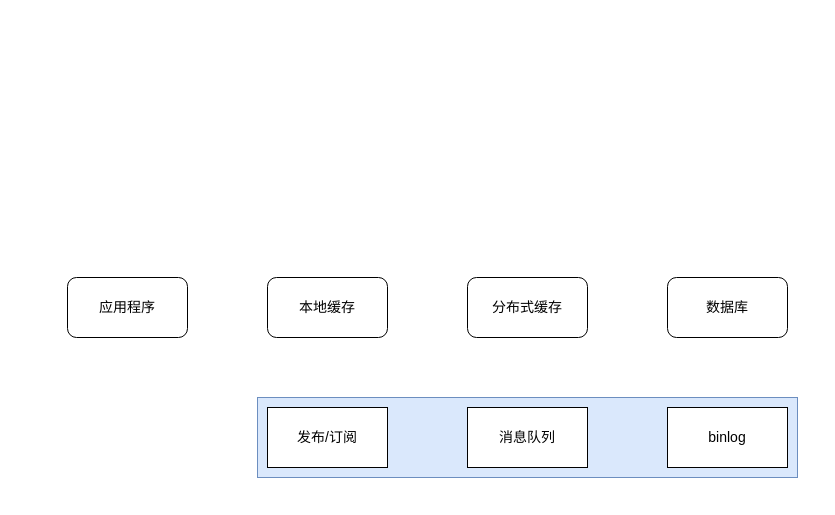
This is 通用缓存框架数据流转图.drawio from huanjiesm/courseware-draw, a draw.io file, before an edit. Source tidied: cells renumbered, new cells numbered last; positions are measured from the earlier drawing's top-left corner, leaving out a move shared by most shapes. Both pictures are drawn from the tidied source at 100%, with x=0, y=0 at pixel (67, 277).
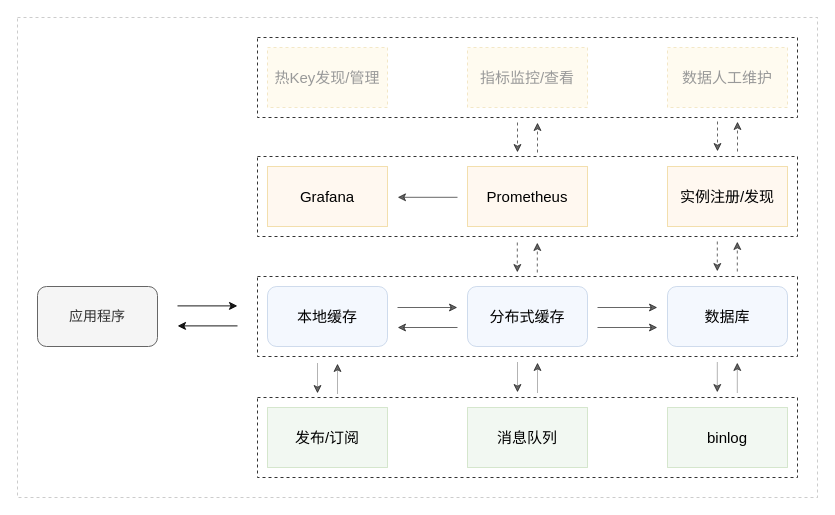
Above is the later version.

Commit message (it also covers changes not shown here):
更新通用缓存框架数据流转图.drawio

What changed in the source:
```diff
@@
+    <mxCell id="10" style="rounded=0;whiteSpace=wrap;html=1;fillColor=none;dashed=1;opacity=20;" parent="1" vertex="1">
+      <mxGeometry x="-50" y="-260" width="800" height="480" as="geometry" />
+    </mxCell>
+    <mxCell id="11" style="rounded=0;whiteSpace=wrap;html=1;fontSize=15;opacity=80;dashed=1;fillColor=none;" parent="1" vertex="1">
+      <mxGeometry x="190" y="-240" width="540" height="80" as="geometry" />
+    </mxCell>
+    <mxCell id="12" style="rounded=0;whiteSpace=wrap;html=1;fontSize=15;opacity=80;dashed=1;fillColor=none;" parent="1" vertex="1">
+      <mxGeometry x="190" y="-121" width="540" height="80" as="geometry" />
+    </mxCell>
+    <mxCell id="5" style="rounded=0;whiteSpace=wrap;html=1;fontSize=15;opacity=80;dashed=1;fillColor=none;" parent="1" vertex="1">
+      <mxGeometry x="190" y="120" width="540" height="80" as="geometry" />
+    </mxCell>
+    <mxCell id="13" style="rounded=0;whiteSpace=wrap;html=1;fontSize=15;opacity=80;dashed=1;fillColor=none;" parent="1" vertex="1">
+      <mxGeometry x="190" y="-1" width="540" height="80" as="geometry" />
+    </mxCell>
-    <mxCell id="2" value="本地缓存" style="rounded=1;whiteSpace=wrap;html=1;fontSize=14;" parent="1" vertex="1">
-      <mxGeometry x="200" width="120" height="60" as="geometry" />
+    <mxCell id="2" value="本地缓存" style="rounded=1;whiteSpace=wrap;html=1;fontSize=15;fillColor=#dae8fc;strokeColor=#6c8ebf;opacity=30;" parent="1" vertex="1">
+      <mxGeometry x="200" y="9" width="120" height="60" as="geometry" />
     </mxCell>
-    <mxCell id="3" value="分布式缓存" style="rounded=1;whiteSpace=wrap;html=1;fontSize=14;" parent="1" vertex="1">
-      <mxGeometry x="400" width="120" height="60" as="geometry" />
+    <mxCell id="3" value="分布式缓存" style="rounded=1;whiteSpace=wrap;html=1;fontSize=15;fillColor=#dae8fc;strokeColor=#6c8ebf;opacity=30;" parent="1" vertex="1">
+      <mxGeometry x="400" y="9" width="120" height="60" as="geometry" />
     </mxCell>
-    <mxCell id="4" value="数据库" style="rounded=1;whiteSpace=wrap;html=1;fontSize=14;" parent="1" vertex="1">
-      <mxGeometry x="600" width="120" height="60" as="geometry" />
+    <mxCell id="4" value="数据库" style="rounded=1;whiteSpace=wrap;html=1;fontSize=15;fillColor=#dae8fc;strokeColor=#6c8ebf;opacity=30;" parent="1" vertex="1">
+      <mxGeometry x="600" y="9" width="120" height="60" as="geometry" />
     </mxCell>
-    <mxCell id="5" style="rounded=0;whiteSpace=wrap;html=1;fillColor=#dae8fc;strokeColor=#6c8ebf;" parent="1" vertex="1">
-      <mxGeometry x="190" y="120" width="540" height="80" as="geometry" />
-    </mxCell>
-    <mxCell id="6" value="应用程序" style="rounded=1;whiteSpace=wrap;html=1;fontSize=14;" parent="1" vertex="1">
-      <mxGeometry width="120" height="60" as="geometry" />
+    <mxCell id="6" value="应用程序" style="rounded=1;whiteSpace=wrap;html=1;fontSize=14;fillColor=#f5f5f5;fontColor=#333333;strokeColor=#666666;" parent="1" vertex="1">
+      <mxGeometry x="-30" y="9" width="120" height="60" as="geometry" />
     </mxCell>
-    <mxCell id="7" value="发布/订阅" style="rounded=0;whiteSpace=wrap;html=1;fontSize=14;" parent="1" vertex="1">
+    <mxCell id="7" value="发布/订阅" style="rounded=0;whiteSpace=wrap;html=1;fontSize=15;fillColor=#d5e8d4;strokeColor=#82b366;opacity=30;" parent="1" vertex="1">
       <mxGeometry x="200" y="130" width="120" height="60" as="geometry" />
     </mxCell>
-    <mxCell id="8" value="消息队列" style="rounded=0;whiteSpace=wrap;html=1;fontSize=14;" parent="1" vertex="1">
+    <mxCell id="8" value="消息队列" style="rounded=0;whiteSpace=wrap;html=1;fontSize=15;fillColor=#d5e8d4;strokeColor=#82b366;opacity=30;" parent="1" vertex="1">
       <mxGeometry x="400" y="130" width="120" height="60" as="geometry" />
     </mxCell>
-    <mxCell id="9" value="binlog" style="rounded=0;whiteSpace=wrap;html=1;fontSize=14;" parent="1" vertex="1">
+    <mxCell id="9" value="binlog" style="rounded=0;whiteSpace=wrap;html=1;fontSize=15;fillColor=#d5e8d4;strokeColor=#82b366;opacity=30;" parent="1" vertex="1">
       <mxGeometry x="600" y="130" width="120" height="60" as="geometry" />
     </mxCell>
+    <mxCell id="14" value="Grafana" style="rounded=0;whiteSpace=wrap;html=1;fillColor=#ffe6cc;strokeColor=#d79b00;fontSize=15;opacity=30;" parent="1" vertex="1">
+      <mxGeometry x="200" y="-111" width="120" height="60" as="geometry" />
+    </mxCell>
+    <mxCell id="15" value="Prometheus" style="rounded=0;whiteSpace=wrap;html=1;fillColor=#ffe6cc;strokeColor=#d79b00;fontSize=15;opacity=30;" parent="1" vertex="1">
+      <mxGeometry x="400" y="-111" width="120" height="60" as="geometry" />
+    </mxCell>
+    <mxCell id="16" value="实例注册/发现" style="rounded=0;whiteSpace=wrap;html=1;fillColor=#ffe6cc;strokeColor=#d79b00;fontSize=15;opacity=30;" parent="1" vertex="1">
+      <mxGeometry x="600" y="-111" width="120" height="60" as="geometry" />
+    </mxCell>
+    <mxCell id="17" value="热Key发现/管理" style="rounded=0;whiteSpace=wrap;html=1;fillColor=#fff2cc;strokeColor=#d6b656;fontSize=15;dashed=1;opacity=30;fontColor=#999999;" parent="1" vertex="1">
+      <mxGeometry x="200" y="-230" width="120" height="60" as="geometry" />
+    </mxCell>
+    <mxCell id="18" value="指标监控/查看" style="rounded=0;whiteSpace=wrap;html=1;fillColor=#fff2cc;strokeColor=#d6b656;fontSize=15;dashed=1;opacity=30;fontColor=#999999;" parent="1" vertex="1">
+      <mxGeometry x="400" y="-230" width="120" height="60" as="geometry" />
+    </mxCell>
+    <mxCell id="19" value="数据人工维护" style="rounded=0;whiteSpace=wrap;html=1;fillColor=#fff2cc;strokeColor=#d6b656;fontSize=15;dashed=1;opacity=30;fontColor=#999999;" parent="1" vertex="1">
+      <mxGeometry x="600" y="-230" width="120" height="60" as="geometry" />
+    </mxCell>
+    <mxCell id="20" style="endArrow=classic;html=1;rounded=0;opacity=60;" parent="1" edge="1">
+      <mxGeometry relative="1" as="geometry">
+        <mxPoint x="330" y="30" as="sourcePoint" />
+        <mxPoint x="390" y="30" as="targetPoint" />
+      </mxGeometry>
+    </mxCell>
+    <mxCell id="21" style="endArrow=classic;html=1;rounded=0;opacity=60;" parent="1" edge="1">
+      <mxGeometry relative="1" as="geometry">
+        <mxPoint x="390" y="50" as="sourcePoint" />
+        <mxPoint x="330" y="50" as="targetPoint" />
+      </mxGeometry>
+    </mxCell>
+    <mxCell id="22" style="endArrow=classic;html=1;rounded=0;opacity=60;" parent="1" edge="1">
+      <mxGeometry relative="1" as="geometry">
+        <mxPoint x="530" y="30" as="sourcePoint" />
+        <mxPoint x="590" y="30" as="targetPoint" />
+      </mxGeometry>
+    </mxCell>
+    <mxCell id="23" style="endArrow=classic;html=1;rounded=0;opacity=60;" parent="1" edge="1">
+      <mxGeometry relative="1" as="geometry">
+        <mxPoint x="530" y="50" as="sourcePoint" />
+        <mxPoint x="590" y="50" as="targetPoint" />
+      </mxGeometry>
+    </mxCell>
+    <mxCell id="24" style="endArrow=classic;html=1;rounded=0;opacity=60;endFill=1;dashed=1;dashPattern=1 1;" parent="1" edge="1">
+      <mxGeometry relative="1" as="geometry">
+        <mxPoint x="250" y="86" as="sourcePoint" />
+        <mxPoint x="250" y="116" as="targetPoint" />
+      </mxGeometry>
+    </mxCell>
+    <mxCell id="25" style="endArrow=classic;html=1;rounded=0;opacity=60;endFill=1;dashed=1;dashPattern=1 1;" parent="1" edge="1">
+      <mxGeometry relative="1" as="geometry">
+        <mxPoint x="270" y="116" as="sourcePoint" />
+        <mxPoint x="270" y="86" as="targetPoint" />
+      </mxGeometry>
+    </mxCell>
+    <mxCell id="26" style="endArrow=classic;html=1;rounded=0;opacity=60;endFill=1;dashed=1;dashPattern=1 1;" parent="1" edge="1">
+      <mxGeometry relative="1" as="geometry">
+        <mxPoint x="470" y="115" as="sourcePoint" />
+        <mxPoint x="470" y="85" as="targetPoint" />
+      </mxGeometry>
+    </mxCell>
+    <mxCell id="27" style="endArrow=classic;html=1;rounded=0;opacity=60;endFill=1;dashed=1;dashPattern=1 1;" parent="1" edge="1">
+      <mxGeometry relative="1" as="geometry">
+        <mxPoint x="450" y="85" as="sourcePoint" />
+        <mxPoint x="450" y="115" as="targetPoint" />
+      </mxGeometry>
+    </mxCell>
+    <mxCell id="28" style="endArrow=classic;html=1;rounded=0;opacity=60;endFill=1;dashed=1;dashPattern=1 1;" parent="1" edge="1">
+      <mxGeometry relative="1" as="geometry">
+        <mxPoint x="669.8" y="115" as="sourcePoint" />
+        <mxPoint x="669.8" y="85" as="targetPoint" />
+      </mxGeometry>
+    </mxCell>
+    <mxCell id="29" style="endArrow=classic;html=1;rounded=0;opacity=60;endFill=1;dashed=1;dashPattern=1 1;" parent="1" edge="1">
+      <mxGeometry relative="1" as="geometry">
+        <mxPoint x="649.8" y="85" as="sourcePoint" />
+        <mxPoint x="649.8" y="115" as="targetPoint" />
+      </mxGeometry>
+    </mxCell>
+    <mxCell id="30" style="endArrow=classic;html=1;rounded=0;opacity=60;endFill=1;dashed=1;" parent="1" edge="1">
+      <mxGeometry relative="1" as="geometry">
+        <mxPoint x="669.8" y="-6" as="sourcePoint" />
+        <mxPoint x="669.8" y="-36" as="targetPoint" />
+      </mxGeometry>
+    </mxCell>
+    <mxCell id="31" style="endArrow=classic;html=1;rounded=0;opacity=60;endFill=1;dashed=1;" parent="1" edge="1">
+      <mxGeometry relative="1" as="geometry">
+        <mxPoint x="649.8" y="-36" as="sourcePoint" />
+        <mxPoint x="649.8" y="-6" as="targetPoint" />
+      </mxGeometry>
+    </mxCell>
+    <mxCell id="32" style="endArrow=classic;html=1;rounded=0;opacity=60;endFill=1;dashed=1;" parent="1" edge="1">
+      <mxGeometry relative="1" as="geometry">
+        <mxPoint x="469.8" y="-5" as="sourcePoint" />
+        <mxPoint x="469.8" y="-35" as="targetPoint" />
+      </mxGeometry>
+    </mxCell>
+    <mxCell id="33" style="endArrow=classic;html=1;rounded=0;opacity=60;endFill=1;dashed=1;" parent="1" edge="1">
+      <mxGeometry relative="1" as="geometry">
+        <mxPoint x="449.8" y="-35" as="sourcePoint" />
+        <mxPoint x="449.8" y="-5" as="targetPoint" />
+      </mxGeometry>
+    </mxCell>
+    <mxCell id="34" style="endArrow=classic;html=1;rounded=0;opacity=60;" parent="1" edge="1">
+      <mxGeometry relative="1" as="geometry">
+        <mxPoint x="390" y="-80.2" as="sourcePoint" />
+        <mxPoint x="330" y="-80.2" as="targetPoint" />
+      </mxGeometry>
+    </mxCell>
+    <mxCell id="35" style="endArrow=classic;html=1;rounded=0;opacity=60;endFill=1;dashed=1;" parent="1" edge="1">
+      <mxGeometry relative="1" as="geometry">
+        <mxPoint x="670" y="-126" as="sourcePoint" />
+        <mxPoint x="670" y="-156" as="targetPoint" />
+      </mxGeometry>
+    </mxCell>
+    <mxCell id="36" style="endArrow=classic;html=1;rounded=0;opacity=60;endFill=1;dashed=1;" parent="1" edge="1">
+      <mxGeometry relative="1" as="geometry">
+        <mxPoint x="650" y="-156" as="sourcePoint" />
+        <mxPoint x="650" y="-126" as="targetPoint" />
+      </mxGeometry>
+    </mxCell>
+    <mxCell id="37" style="endArrow=classic;html=1;rounded=0;opacity=60;endFill=1;dashed=1;" parent="1" edge="1">
+      <mxGeometry relative="1" as="geometry">
+        <mxPoint x="470" y="-125" as="sourcePoint" />
+        <mxPoint x="470" y="-155" as="targetPoint" />
+      </mxGeometry>
+    </mxCell>
+    <mxCell id="38" style="endArrow=classic;html=1;rounded=0;opacity=60;endFill=1;dashed=1;" parent="1" edge="1">
+      <mxGeometry relative="1" as="geometry">
+        <mxPoint x="450" y="-155" as="sourcePoint" />
+        <mxPoint x="450" y="-125" as="targetPoint" />
+      </mxGeometry>
+    </mxCell>
+    <mxCell id="39" style="endArrow=classic;html=1;rounded=0;opacity=90;" parent="1" edge="1">
+      <mxGeometry relative="1" as="geometry">
+        <mxPoint x="110" y="28.4" as="sourcePoint" />
+        <mxPoint x="170" y="28.4" as="targetPoint" />
+      </mxGeometry>
+    </mxCell>
+    <mxCell id="40" style="endArrow=classic;html=1;rounded=0;opacity=90;" parent="1" edge="1">
+      <mxGeometry relative="1" as="geometry">
+        <mxPoint x="170" y="48.4" as="sourcePoint" />
+        <mxPoint x="110" y="48.4" as="targetPoint" />
+      </mxGeometry>
+    </mxCell>
```
